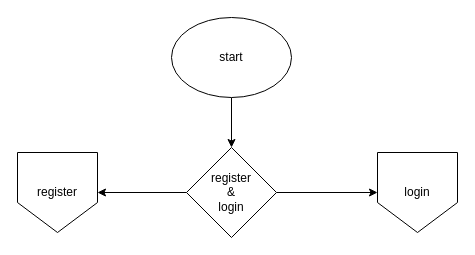
University-Bangkok-JW/cs497-project keeps this draw.io diagram as page "Home" (1 of 3) of diagrams/program.drawio. Above is the earlier version. Source tidied: cells renumbered, new cells numbered last; positions are measured from the earlier drawing's top-left corner, leaving out a move shared by most shapes. Both pictures are drawn from the tidied source at 100%, with x=0, y=0 at pixel (17, 17).
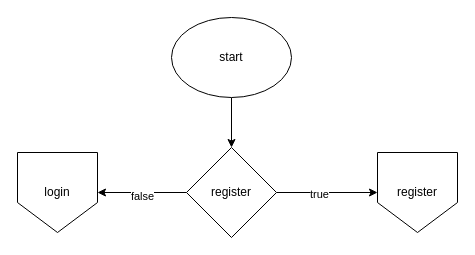
Above is the later version.

Change to the diagram source:
```diff
@@
 <mxGraphModel>
   <root>
     <mxCell id="0" />
     <mxCell id="1" parent="0" />
     <mxCell id="2" style="edgeStyle=orthogonalEdgeStyle;rounded=0;jettySize=auto;html=1;" parent="1" edge="1" source="3" target="6">
       <mxGeometry relative="1" as="geometry" />
     </mxCell>
     <mxCell id="3" value="start" style="ellipse;whiteSpace=wrap;html=1;" parent="1" vertex="1">
       <mxGeometry x="154" width="120" height="80" as="geometry" />
     </mxCell>
     <mxCell id="4" style="edgeStyle=orthogonalEdgeStyle;rounded=0;jettySize=auto;html=1;" parent="1" edge="1" source="6" target="7">
       <mxGeometry relative="1" as="geometry" />
     </mxCell>
+    <mxCell id="9" value="false" style="edgeLabel;html=1;align=center;verticalAlign=middle;" parent="4" vertex="1">
+      <mxGeometry y="3" relative="1" as="geometry" />
+    </mxCell>
     <mxCell id="5" style="edgeStyle=orthogonalEdgeStyle;rounded=0;jettySize=auto;html=1;" parent="1" edge="1" source="6" target="8">
       <mxGeometry relative="1" as="geometry" />
     </mxCell>
+    <mxCell id="10" value="true" style="edgeLabel;html=1;align=center;verticalAlign=middle;" parent="5" vertex="1">
+      <mxGeometry x="-0.17" y="-1" relative="1" as="geometry" />
+    </mxCell>
-    <mxCell id="6" value="register&lt;div&gt;&amp;amp;&lt;/div&gt;&lt;div&gt;login&lt;/div&gt;" style="rhombus;whiteSpace=wrap;html=1;" parent="1" vertex="1">
+    <mxCell id="6" value="register" style="rhombus;whiteSpace=wrap;html=1;" parent="1" vertex="1">
       <mxGeometry x="169" y="130" width="90" height="90" as="geometry" />
     </mxCell>
-    <mxCell id="7" value="register" style="shape=offPageConnector;whiteSpace=wrap;html=1;" parent="1" vertex="1">
+    <mxCell id="7" value="login" style="shape=offPageConnector;whiteSpace=wrap;html=1;" parent="1" vertex="1">
       <mxGeometry y="135" width="80" height="80" as="geometry" />
     </mxCell>
-    <mxCell id="8" value="login" style="shape=offPageConnector;whiteSpace=wrap;html=1;" parent="1" vertex="1">
+    <mxCell id="8" value="register" style="shape=offPageConnector;whiteSpace=wrap;html=1;" parent="1" vertex="1">
       <mxGeometry x="360" y="135" width="80" height="80" as="geometry" />
     </mxCell>
   </root>
 </mxGraphModel>
```
